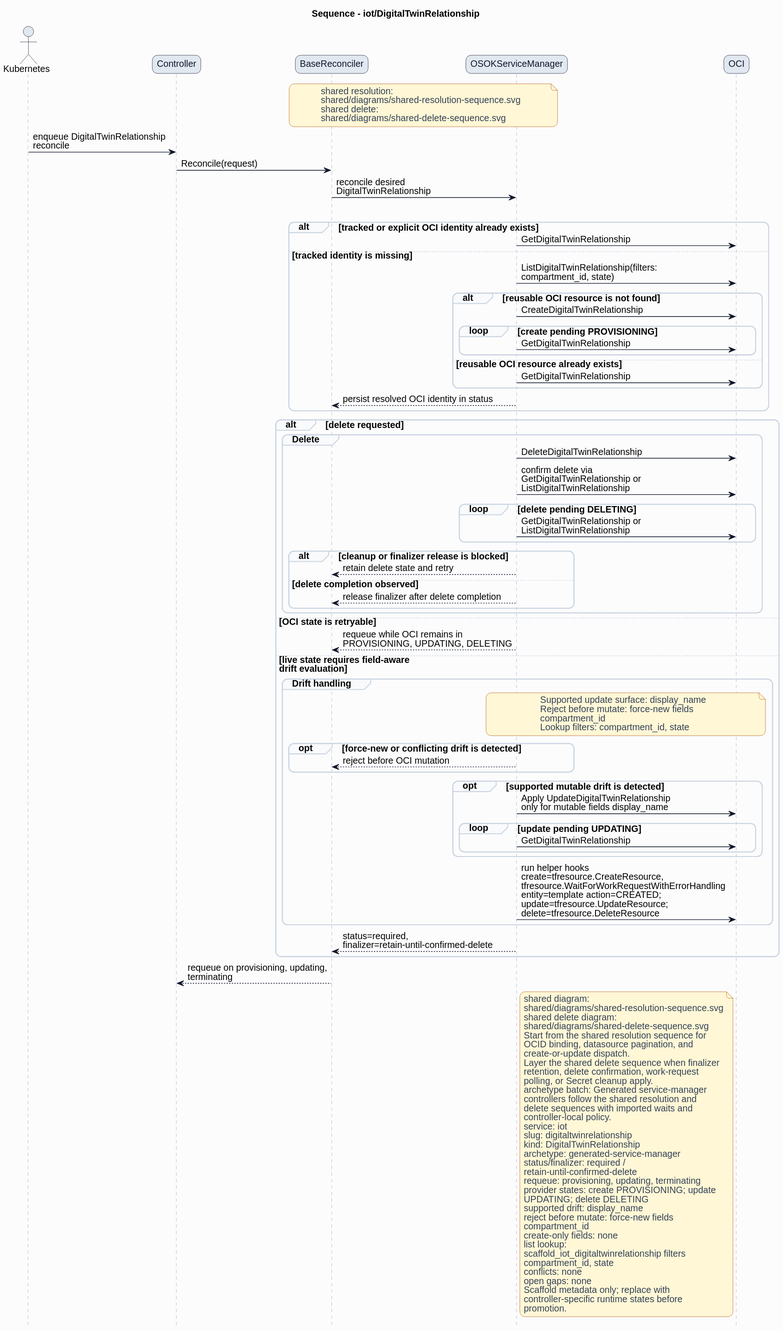
The PlantUML diagram formal/controllers/iot/digitaltwinrelationship/diagrams/sequence.svg in HaoyL666/oci-service-operator, before a commit. Its diagram source:
```plantuml
@startuml
skinparam shadowing false
skinparam backgroundColor #fcfcfd
skinparam defaultFontName Helvetica
skinparam defaultFontSize 14
skinparam arrowColor #0f172a
skinparam noteBackgroundColor #fff7d6
skinparam noteBorderColor #b45309
skinparam noteFontColor #334155
skinparam roundcorner 16
title Sequence - iot/DigitalTwinRelationship
hide footbox
skinparam sequence {
  actorBorderColor #0f172a
  actorBackgroundColor #e2e8f0
  participantBorderColor #0f172a
  participantBackgroundColor #e2e8f0
  participantFontColor #0f172a
  lifeLineBorderColor #94a3b8
  groupBorderColor #cbd5e1
  groupBackgroundColor #f8fafc
}
actor Kubernetes
participant Controller
participant BaseReconciler
participant "OSOKServiceManager" as ServiceManager
participant OCI
note over BaseReconciler,ServiceManager
shared resolution:
shared/diagrams/shared-resolution-sequence.svg
shared delete:
shared/diagrams/shared-delete-sequence.svg
end note
Kubernetes -> Controller: enqueue DigitalTwinRelationship\nreconcile
Controller -> BaseReconciler: Reconcile(request)
BaseReconciler -> ServiceManager: reconcile desired\nDigitalTwinRelationship
group Lookup and bind
alt tracked or explicit OCI identity already exists
ServiceManager -> OCI: GetDigitalTwinRelationship
else tracked identity is missing
ServiceManager -> OCI: ListDigitalTwinRelationship(filters:\ncompartment_id, state)
alt reusable OCI resource is not found
ServiceManager -> OCI: CreateDigitalTwinRelationship
loop create pending PROVISIONING
ServiceManager -> OCI: GetDigitalTwinRelationship
end
else reusable OCI resource already exists
ServiceManager -> OCI: GetDigitalTwinRelationship
end
ServiceManager --> BaseReconciler: persist resolved OCI identity in status
end
alt delete requested
group Delete
ServiceManager -> OCI: DeleteDigitalTwinRelationship
ServiceManager -> OCI: confirm delete via\nGetDigitalTwinRelationship or\nListDigitalTwinRelationship
loop delete pending DELETING
ServiceManager -> OCI: GetDigitalTwinRelationship or\nListDigitalTwinRelationship
end
alt cleanup or finalizer release is blocked
ServiceManager --> BaseReconciler: retain delete state and retry
else delete completion observed
ServiceManager --> BaseReconciler: release finalizer after delete completion
end
end
else OCI state is retryable
ServiceManager --> BaseReconciler: requeue while OCI remains in\nPROVISIONING, UPDATING, DELETING
else live state requires field-aware\ndrift evaluation
group Drift handling
note over ServiceManager,OCI
Supported update surface: display_name
Reject before mutate: force-new fields
compartment_id
Lookup filters: compartment_id, state
end note
opt force-new or conflicting drift is detected
ServiceManager --> BaseReconciler: reject before OCI mutation
end
opt supported mutable drift is detected
ServiceManager -> OCI: Apply UpdateDigitalTwinRelationship\nonly for mutable fields display_name
loop update pending UPDATING
ServiceManager -> OCI: GetDigitalTwinRelationship
end
end
ServiceManager -> OCI: run helper hooks\ncreate=tfresource.CreateResource,\ntfresource.WaitForWorkRequestWithErrorHandling\nentity=template action=CREATED;\nupdate=tfresource.UpdateResource;\ndelete=tfresource.DeleteResource
end
ServiceManager --> BaseReconciler: status=required,\nfinalizer=retain-until-confirmed-delete
end
BaseReconciler --> Controller: requeue on provisioning, updating,\nterminating
note right of ServiceManager
shared diagram:
shared/diagrams/shared-resolution-sequence.svg
shared delete diagram:
shared/diagrams/shared-delete-sequence.svg
Start from the shared resolution sequence for
OCID binding, datasource pagination, and
create-or-update dispatch.
Layer the shared delete sequence when finalizer
retention, delete confirmation, work-request
polling, or Secret cleanup apply.
archetype batch: Generated service-manager
controllers follow the shared resolution and
delete sequences with imported waits and
controller-local policy.
service: iot
slug: digitaltwinrelationship
kind: DigitalTwinRelationship
archetype: generated-service-manager
status/finalizer: required /
retain-until-confirmed-delete
requeue: provisioning, updating, terminating
provider states: create PROVISIONING; update
UPDATING; delete DELETING
supported drift: display_name
reject before mutate: force-new fields
compartment_id
create-only fields: none
list lookup:
scaffold_iot_digitaltwinrelationship filters
compartment_id, state
conflicts: none
open gaps: none
Scaffold metadata only; replace with
controller-specific runtime states before
promotion.
end note
@enduml
```
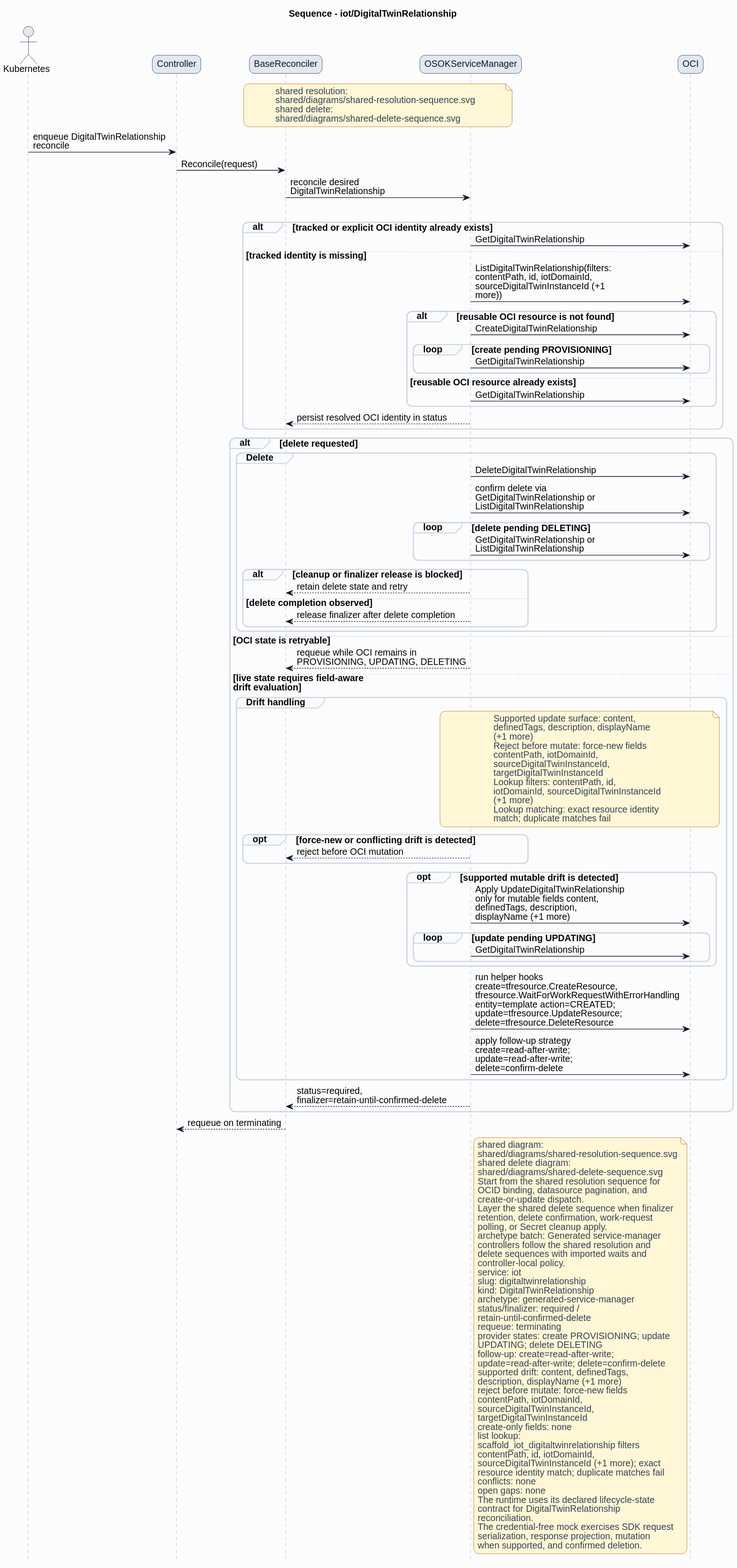
Later version of the same file.

The edit, as a diff of the source:
```diff
@@ -38,7 +38,7 @@
 alt tracked or explicit OCI identity already exists
 ServiceManager -> OCI: GetDigitalTwinRelationship
 else tracked identity is missing
-ServiceManager -> OCI: ListDigitalTwinRelationship(filters:\ncompartment_id, state)
+ServiceManager -> OCI: ListDigitalTwinRelationship(filters:\ncontentPath, id, iotDomainId,\nsourceDigitalTwinInstanceId (+1\nmore))
 alt reusable OCI resource is not found
 ServiceManager -> OCI: CreateDigitalTwinRelationship
 loop create pending PROVISIONING
@@ -67,25 +67,34 @@
 else live state requires field-aware\ndrift evaluation
 group Drift handling
 note over ServiceManager,OCI
-Supported update surface: display_name
+Supported update surface: content,
+definedTags, description, displayName
+(+1 more)
 Reject before mutate: force-new fields
-compartment_id
-Lookup filters: compartment_id, state
+contentPath, iotDomainId,
+sourceDigitalTwinInstanceId,
+targetDigitalTwinInstanceId
+Lookup filters: contentPath, id,
+iotDomainId, sourceDigitalTwinInstanceId
+(+1 more)
+Lookup matching: exact resource identity
+match; duplicate matches fail
 end note
 opt force-new or conflicting drift is detected
 ServiceManager --> BaseReconciler: reject before OCI mutation
 end
 opt supported mutable drift is detected
-ServiceManager -> OCI: Apply UpdateDigitalTwinRelationship\nonly for mutable fields display_name
+ServiceManager -> OCI: Apply UpdateDigitalTwinRelationship\nonly for mutable fields content,\ndefinedTags, description,\ndisplayName (+1 more)
 loop update pending UPDATING
 ServiceManager -> OCI: GetDigitalTwinRelationship
 end
 end
 ServiceManager -> OCI: run helper hooks\ncreate=tfresource.CreateResource,\ntfresource.WaitForWorkRequestWithErrorHandling\nentity=template action=CREATED;\nupdate=tfresource.UpdateResource;\ndelete=tfresource.DeleteResource
+ServiceManager -> OCI: apply follow-up strategy\ncreate=read-after-write;\nupdate=read-after-write;\ndelete=confirm-delete
 end
 ServiceManager --> BaseReconciler: status=required,\nfinalizer=retain-until-confirmed-delete
 end
-BaseReconciler --> Controller: requeue on provisioning, updating,\nterminating
+BaseReconciler --> Controller: requeue on terminating
 note right of ServiceManager
 shared diagram:
 shared/diagrams/shared-resolution-sequence.svg
@@ -107,20 +116,30 @@
 archetype: generated-service-manager
 status/finalizer: required /
 retain-until-confirmed-delete
-requeue: provisioning, updating, terminating
+requeue: terminating
 provider states: create PROVISIONING; update
 UPDATING; delete DELETING
-supported drift: display_name
+follow-up: create=read-after-write;
+update=read-after-write; delete=confirm-delete
+supported drift: content, definedTags,
+description, displayName (+1 more)
 reject before mutate: force-new fields
-compartment_id
+contentPath, iotDomainId,
+sourceDigitalTwinInstanceId,
+targetDigitalTwinInstanceId
 create-only fields: none
 list lookup:
 scaffold_iot_digitaltwinrelationship filters
-compartment_id, state
+contentPath, id, iotDomainId,
+sourceDigitalTwinInstanceId (+1 more); exact
+resource identity match; duplicate matches fail
 conflicts: none
 open gaps: none
-Scaffold metadata only; replace with
-controller-specific runtime states before
-promotion.
+The runtime uses its declared lifecycle-state
+contract for DigitalTwinRelationship
+reconciliation.
+The credential-free mock exercises SDK request
+serialization, response projection, mutation
+when supported, and confirmed deletion.
 end note
 @enduml
```
